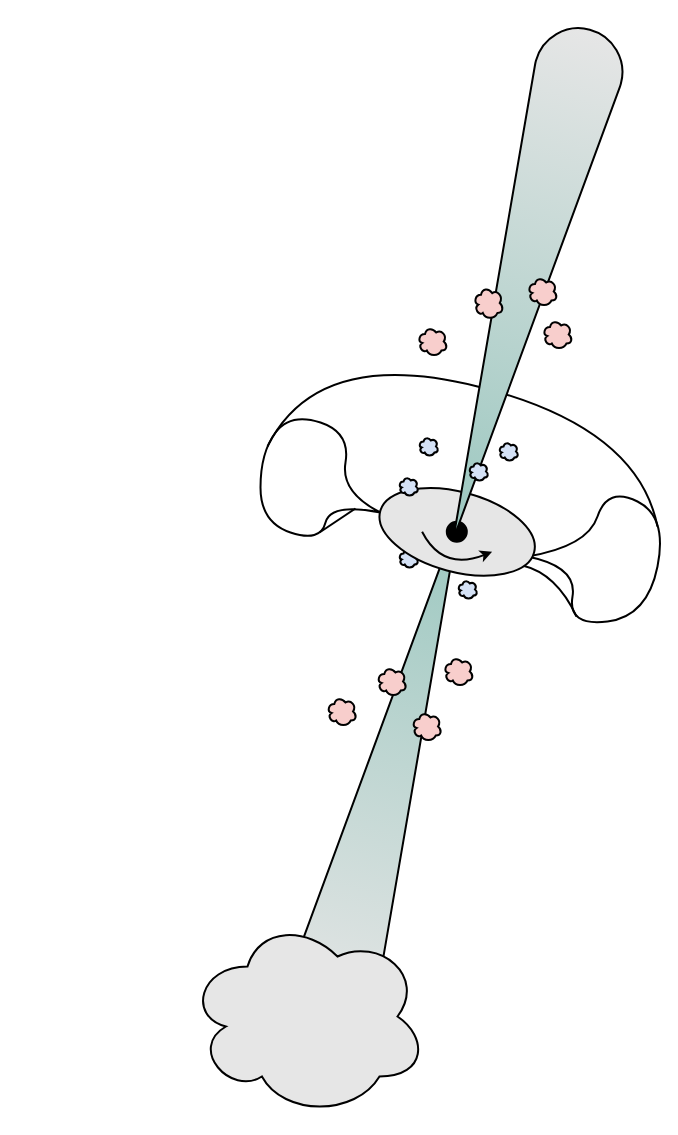
The draw.io diagram page "Page-5" (5 of 5) of rad-pattern.drawio in mooneyse/scripts, before the edit. Source tidied: cells renumbered, new cells numbered last; positions are measured from the earlier drawing's top-left corner, leaving out a move shared by most shapes. Both pictures are drawn from the tidied source at 100%, with x=0, y=0 at pixel (187, 20).
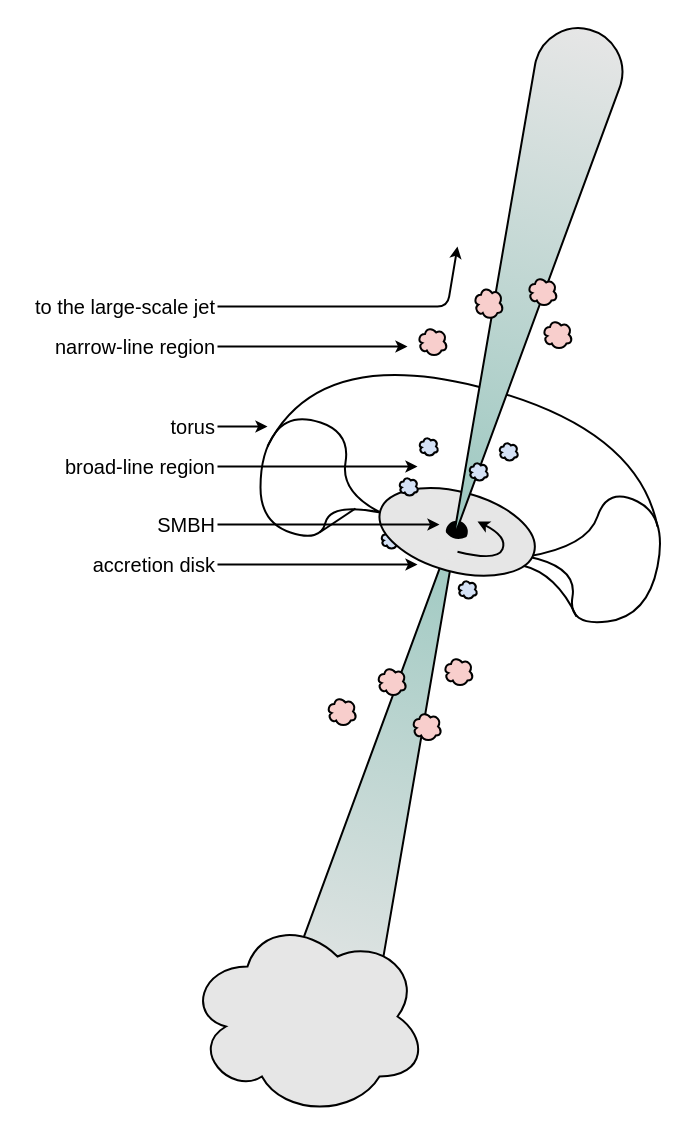
The same diagram, later.

Diff of the diagram source:
```diff
@@
     <mxCell id="2" style="ellipse;shape=cloud;whiteSpace=wrap;html=1;strokeWidth=2;fillColor=#D4E1F5;" parent="1" vertex="1">
-      <mxGeometry x="211" y="528" width="20" height="20" as="geometry" />
+      <mxGeometry x="193" y="509" width="20" height="20" as="geometry" />
     </mxCell>
@@
-    <mxCell id="11" style="curved=1;endArrow=classic;html=1;strokeWidth=2;" parent="1" edge="1">
-      <mxGeometry relative="1" as="geometry">
-        <mxPoint x="234.6" y="511.3" as="sourcePoint" />
-        <mxPoint x="304.6" y="531.3" as="targetPoint" />
-        <Array as="points">
-          <mxPoint x="255" y="551" />
-        </Array>
-      </mxGeometry>
-    </mxCell>
@@
+    <mxCell id="27" style="shape=dataStorage;whiteSpace=wrap;html=1;rotation=-75;size=0.34814814814814815;fillColor=#E6E6E6;strokeColor=none;" parent="1" vertex="1">
+      <mxGeometry x="249" y="505" width="33.8" height="35.9" as="geometry" />
+    </mxCell>
+    <mxCell id="28" value="to the large-scale jet" style="text;html=1;strokeColor=none;fillColor=none;align=right;verticalAlign=middle;whiteSpace=wrap;rounded=0;fontFamily=PT Serif;fontSize=20;" parent="1" vertex="1">
+      <mxGeometry x="-170" y="266" width="200" height="40" as="geometry" />
+    </mxCell>
+    <mxCell id="29" value="narrow-line region" style="text;html=1;strokeColor=none;fillColor=none;align=right;verticalAlign=middle;whiteSpace=wrap;rounded=0;fontFamily=PT Serif;fontSize=20;" parent="1" vertex="1">
+      <mxGeometry x="-170" y="306" width="200" height="40" as="geometry" />
+    </mxCell>
+    <mxCell id="30" value="torus" style="text;html=1;strokeColor=none;fillColor=none;align=right;verticalAlign=middle;whiteSpace=wrap;rounded=0;fontFamily=PT Serif;fontSize=20;" parent="1" vertex="1">
+      <mxGeometry x="-170" y="386" width="200" height="40" as="geometry" />
+    </mxCell>
+    <mxCell id="31" value="broad-line region" style="text;html=1;strokeColor=none;fillColor=none;align=right;verticalAlign=middle;whiteSpace=wrap;rounded=0;fontFamily=PT Serif;fontSize=20;" parent="1" vertex="1">
+      <mxGeometry x="-170" y="426" width="200" height="40" as="geometry" />
+    </mxCell>
+    <mxCell id="32" value="SMBH" style="text;html=1;strokeColor=none;fillColor=none;align=right;verticalAlign=middle;whiteSpace=wrap;rounded=0;fontFamily=PT Serif;fontSize=20;" parent="1" vertex="1">
+      <mxGeometry x="-170" y="484.1" width="200" height="40" as="geometry" />
+    </mxCell>
+    <mxCell id="33" value="accretion disk" style="text;html=1;strokeColor=none;fillColor=none;align=right;verticalAlign=middle;whiteSpace=wrap;rounded=0;fontFamily=PT Serif;fontSize=20;" parent="1" vertex="1">
+      <mxGeometry x="-170" y="524.1" width="200" height="40" as="geometry" />
+    </mxCell>
+    <mxCell id="34" style="endArrow=classic;html=1;fontFamily=PT Serif;fontSize=20;strokeWidth=2;exitX=1;exitY=0.5;exitDx=0;exitDy=0;" parent="1" edge="1" source="28">
+      <mxGeometry relative="1" as="geometry">
+        <mxPoint x="270" y="226" as="targetPoint" />
+        <Array as="points">
+          <mxPoint x="260" y="286" />
+        </Array>
+      </mxGeometry>
+    </mxCell>
+    <mxCell id="35" style="endArrow=classic;html=1;fontFamily=PT Serif;fontSize=20;strokeWidth=2;exitX=1;exitY=0.5;exitDx=0;exitDy=0;" parent="1" edge="1" source="29">
+      <mxGeometry relative="1" as="geometry">
+        <mxPoint x="220" y="326" as="targetPoint" />
+      </mxGeometry>
+    </mxCell>
+    <mxCell id="36" style="endArrow=classic;html=1;fontFamily=PT Serif;fontSize=20;strokeWidth=2;exitX=1;exitY=0.5;exitDx=0;exitDy=0;" parent="1" edge="1" source="30">
+      <mxGeometry relative="1" as="geometry">
+        <mxPoint x="80" y="406" as="targetPoint" />
+      </mxGeometry>
+    </mxCell>
+    <mxCell id="37" style="endArrow=classic;html=1;fontFamily=PT Serif;fontSize=20;strokeWidth=2;exitX=1;exitY=0.5;exitDx=0;exitDy=0;" parent="1" edge="1" source="31">
+      <mxGeometry relative="1" as="geometry">
+        <mxPoint x="230" y="446" as="targetPoint" />
+      </mxGeometry>
+    </mxCell>
+    <mxCell id="38" style="endArrow=classic;html=1;fontFamily=PT Serif;fontSize=20;strokeWidth=2;exitX=1;exitY=0.5;exitDx=0;exitDy=0;" parent="1" edge="1" source="32">
+      <mxGeometry relative="1" as="geometry">
+        <mxPoint x="252" y="504" as="targetPoint" />
+      </mxGeometry>
+    </mxCell>
+    <mxCell id="39" style="curved=1;endArrow=classic;html=1;strokeColor=#000000;strokeWidth=2;fontFamily=PT Serif;fontSize=20;" parent="1" edge="1">
+      <mxGeometry relative="1" as="geometry">
+        <mxPoint x="270" y="531.2" as="sourcePoint" />
+        <mxPoint x="290" y="501" as="targetPoint" />
+        <Array as="points">
+          <mxPoint x="310" y="541.2" />
+          <mxPoint x="320" y="516.2" />
+        </Array>
+      </mxGeometry>
+    </mxCell>
+    <mxCell id="40" style="endArrow=classic;html=1;fontFamily=PT Serif;fontSize=20;strokeWidth=2;exitX=1;exitY=0.5;exitDx=0;exitDy=0;" parent="1" edge="1" source="33">
+      <mxGeometry relative="1" as="geometry">
+        <mxPoint x="230" y="544" as="targetPoint" />
+      </mxGeometry>
+    </mxCell>
```
